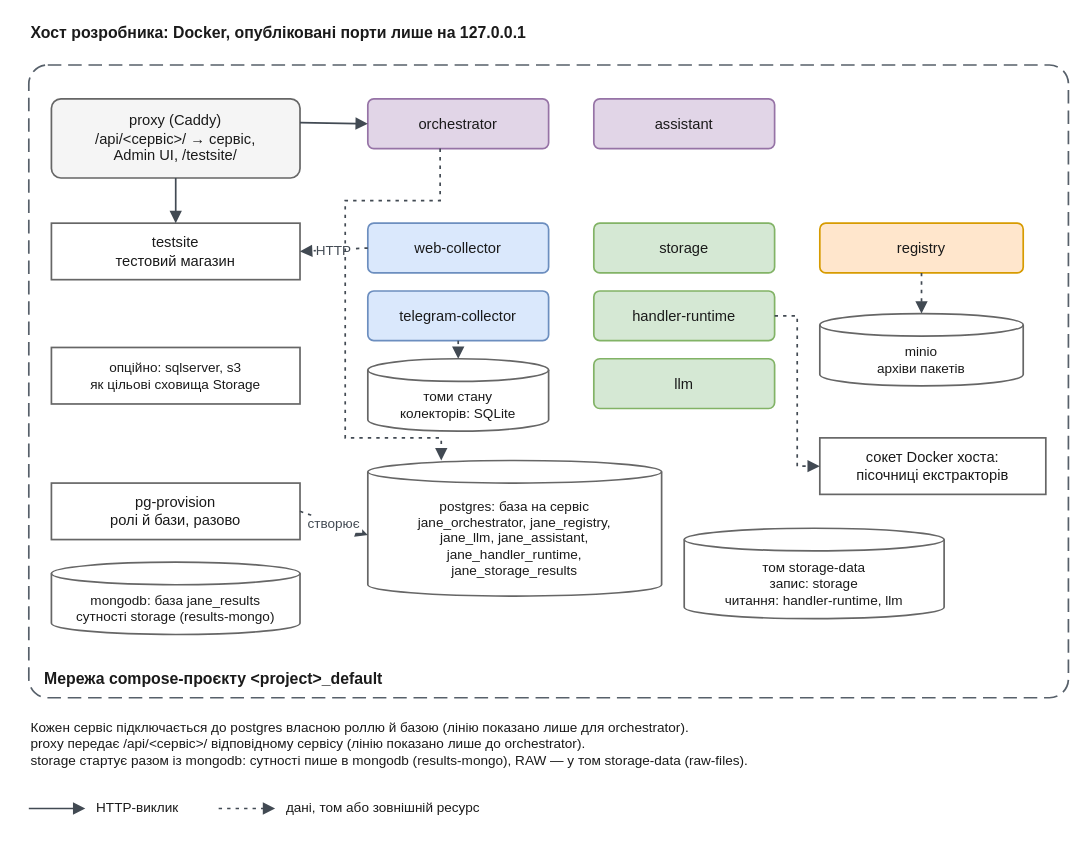
sql-monk/Jane keeps this draw.io diagram as docs/diagrams/platform/dev-stack.drawio. Above is the earlier version. Source tidied: cells renumbered, new cells numbered last; positions are measured from the earlier drawing's top-left corner, leaving out a move shared by most shapes. Both pictures are drawn from the tidied source at 113%, with x=0, y=0 at pixel (28, 19).
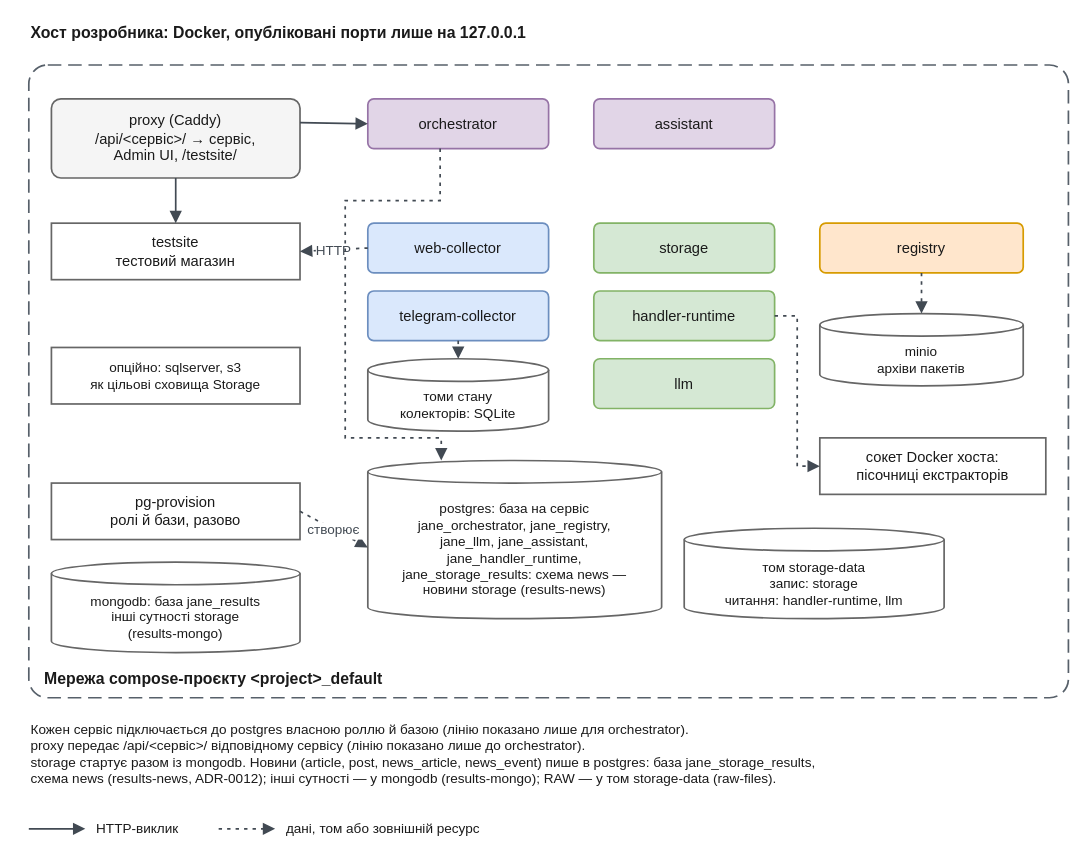
The same diagram, later.

Commit message (it also covers changes not shown here):
docs(diagrams): show news in the results-news PostgreSQL connection

What changed in the source:
```diff
@@
-    <mxCell id="17" value="postgres: база на сервіс&#10;jane_orchestrator, jane_registry,&#10;jane_llm, jane_assistant,&#10;jane_handler_runtime,&#10;jane_storage_results" style="shape=cylinder3;boundedLbl=1;backgroundOutline=1;size=10;whiteSpace=wrap;html=0;fontSize=12;fontFamily=Helvetica;fontColor=light-dark(#1A1A1A,#E6EDF3);fillColor=light-dark(#FFFFFF,#161B22);strokeColor=light-dark(#666666,#8B949E);strokeWidth=1.5;" parent="1" vertex="1">
-      <mxGeometry x="300" y="390" width="260" height="120" as="geometry" />
+    <mxCell id="17" value="postgres: база на сервіс&#10;jane_orchestrator, jane_registry,&#10;jane_llm, jane_assistant,&#10;jane_handler_runtime,&#10;jane_storage_results: схема news —&#10;новини storage (results-news)" style="shape=cylinder3;boundedLbl=1;backgroundOutline=1;size=10;whiteSpace=wrap;html=0;fontSize=12;fontFamily=Helvetica;fontColor=light-dark(#1A1A1A,#E6EDF3);fillColor=light-dark(#FFFFFF,#161B22);strokeColor=light-dark(#666666,#8B949E);strokeWidth=1.5;" parent="1" vertex="1">
+      <mxGeometry x="300" y="390" width="260" height="140" as="geometry" />
     </mxCell>
@@
-    <mxCell id="21" value="mongodb: база jane_results&#10;сутності storage (results-mongo)" style="shape=cylinder3;boundedLbl=1;backgroundOutline=1;size=10;whiteSpace=wrap;html=0;fontSize=12;fontFamily=Helvetica;fontColor=light-dark(#1A1A1A,#E6EDF3);fillColor=light-dark(#FFFFFF,#161B22);strokeColor=light-dark(#666666,#8B949E);strokeWidth=1.5;" parent="1" vertex="1">
-      <mxGeometry x="20" y="480" width="220" height="64" as="geometry" />
+    <mxCell id="21" value="mongodb: база jane_results&#10;інші сутності storage&#10;(results-mongo)" style="shape=cylinder3;boundedLbl=1;backgroundOutline=1;size=10;whiteSpace=wrap;html=0;fontSize=12;fontFamily=Helvetica;fontColor=light-dark(#1A1A1A,#E6EDF3);fillColor=light-dark(#FFFFFF,#161B22);strokeColor=light-dark(#666666,#8B949E);strokeWidth=1.5;" parent="1" vertex="1">
+      <mxGeometry x="20" y="480" width="220" height="80" as="geometry" />
     </mxCell>
@@
-    <mxCell id="30" value="Кожен сервіс підключається до postgres власною роллю й базою (лінію показано лише для orchestrator).&#10;proxy передає /api/&lt;сервіс&gt;/ відповідному сервісу (лінію показано лише до orchestrator).&#10;storage стартує разом із mongodb: сутності пише в mongodb (results-mongo), RAW — у том storage-data (raw-files)." style="text;html=0;whiteSpace=wrap;align=left;verticalAlign=middle;fontSize=12;fontFamily=Helvetica;fontColor=light-dark(#1A1A1A,#E6EDF3);" parent="1" vertex="1">
-      <mxGeometry y="610" width="920" height="62" as="geometry" />
+    <mxCell id="30" value="Кожен сервіс підключається до postgres власною роллю й базою (лінію показано лише для orchestrator).&#10;proxy передає /api/&lt;сервіс&gt;/ відповідному сервісу (лінію показано лише до orchestrator).&#10;storage стартує разом із mongodb. Новини (article, post, news_article, news_event) пише в postgres: база jane_storage_results,&#10;схема news (results-news, ADR-0012); інші сутності — у mongodb (results-mongo); RAW — у том storage-data (raw-files)." style="text;html=0;whiteSpace=wrap;align=left;verticalAlign=middle;fontSize=12;fontFamily=Helvetica;fontColor=light-dark(#1A1A1A,#E6EDF3);" parent="1" vertex="1">
+      <mxGeometry y="610" width="920" height="80" as="geometry" />
     </mxCell>
     <mxCell id="31" style="edgeStyle=none;rounded=0;html=0;endArrow=block;endFill=1;endSize=7;strokeWidth=1.5;strokeColor=light-dark(#424A53,#C9D1D9);" parent="1" edge="1">
       <mxGeometry relative="1" as="geometry">
-        <mxPoint y="698" as="sourcePoint" />
-        <mxPoint x="50" y="698" as="targetPoint" />
+        <mxPoint y="716" as="sourcePoint" />
+        <mxPoint x="50" y="716" as="targetPoint" />
       </mxGeometry>
     </mxCell>
     <mxCell id="32" value="HTTP-виклик" style="text;html=0;whiteSpace=wrap;align=left;verticalAlign=middle;fontSize=12;fontFamily=Helvetica;fontColor=light-dark(#1A1A1A,#E6EDF3);" parent="1" vertex="1">
-      <mxGeometry x="58" y="688" width="90" height="20" as="geometry" />
+      <mxGeometry x="58" y="706" width="90" height="20" as="geometry" />
     </mxCell>
     <mxCell id="33" style="edgeStyle=none;rounded=0;html=0;endArrow=block;endFill=1;endSize=7;dashed=1;dashPattern=2 3;strokeWidth=1.5;strokeColor=light-dark(#424A53,#C9D1D9);" parent="1" edge="1">
       <mxGeometry relative="1" as="geometry">
-        <mxPoint x="168" y="698" as="sourcePoint" />
-        <mxPoint x="218" y="698" as="targetPoint" />
+        <mxPoint x="168" y="716" as="sourcePoint" />
+        <mxPoint x="218" y="716" as="targetPoint" />
       </mxGeometry>
     </mxCell>
     <mxCell id="34" value="дані, том або зовнішній ресурс" style="text;html=0;whiteSpace=wrap;align=left;verticalAlign=middle;fontSize=12;fontFamily=Helvetica;fontColor=light-dark(#1A1A1A,#E6EDF3);" parent="1" vertex="1">
-      <mxGeometry x="226" y="688" width="220" height="20" as="geometry" />
+      <mxGeometry x="226" y="706" width="220" height="20" as="geometry" />
     </mxCell>
```
